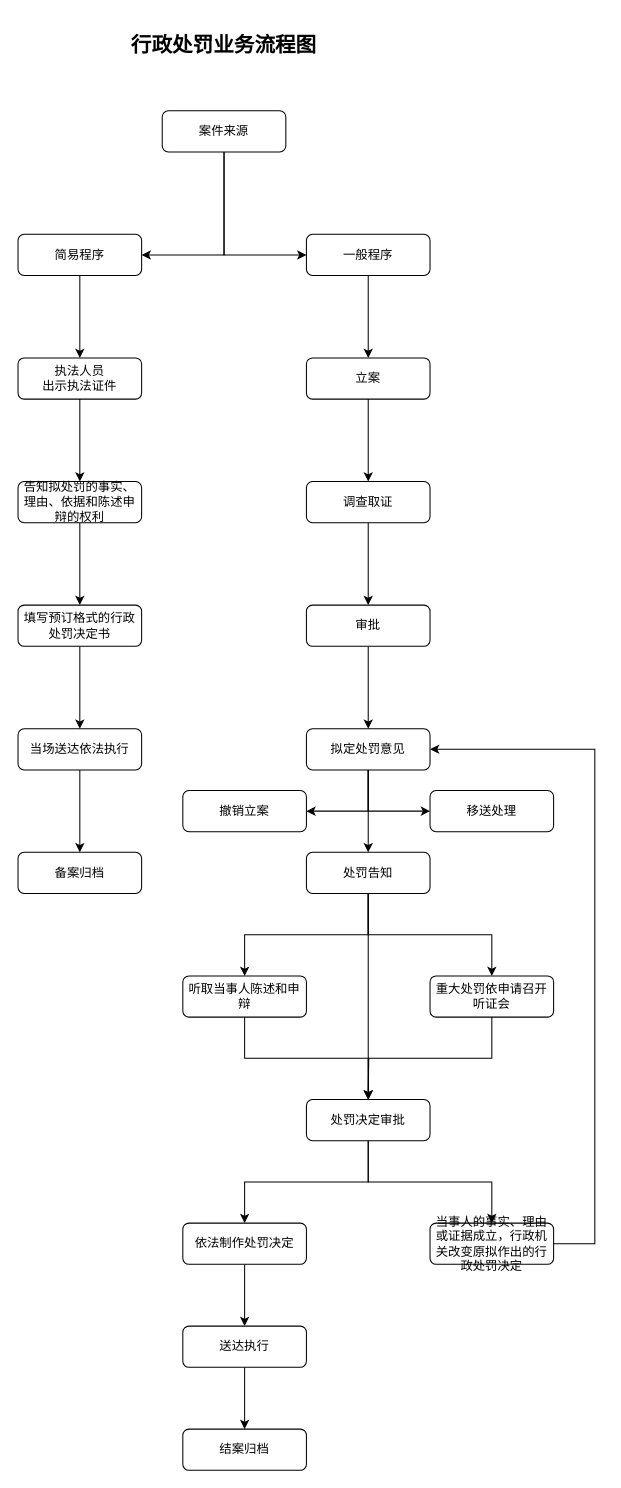
The draw.io diagram 项目方案/行政处罚流程图.drawio in JaceLu/Docs, before the edit. Source tidied: cells renumbered, new cells numbered last; positions are measured from the earlier drawing's top-left corner, leaving out a move shared by most shapes. Both pictures are drawn from the tidied source at 103%, with x=0, y=0 at pixel (18, 28).
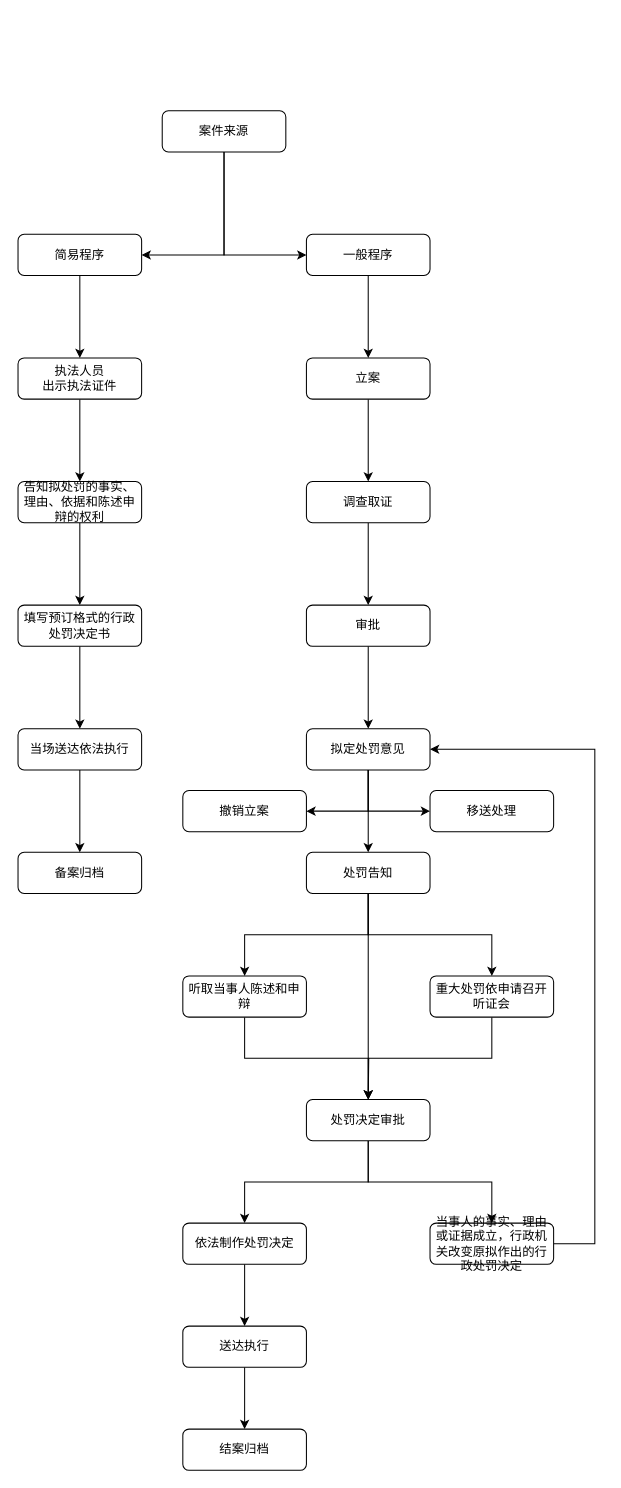
Above is the later version.

Commit message:
行政处罚业务流程图.drawio

Diff of the diagram source:
```diff
@@
-    <mxCell id="48" value="&lt;h1 style=&quot;text-align: left; font-size: 20px;&quot;&gt;行政处罚业务流程图&lt;/h1&gt;" style="text;html=1;strokeColor=none;fillColor=none;align=center;verticalAlign=middle;whiteSpace=wrap;rounded=0;fontSize=20;" parent="1" vertex="1">
-      <mxGeometry x="75" width="250" height="30" as="geometry" />
-    </mxCell>
```
